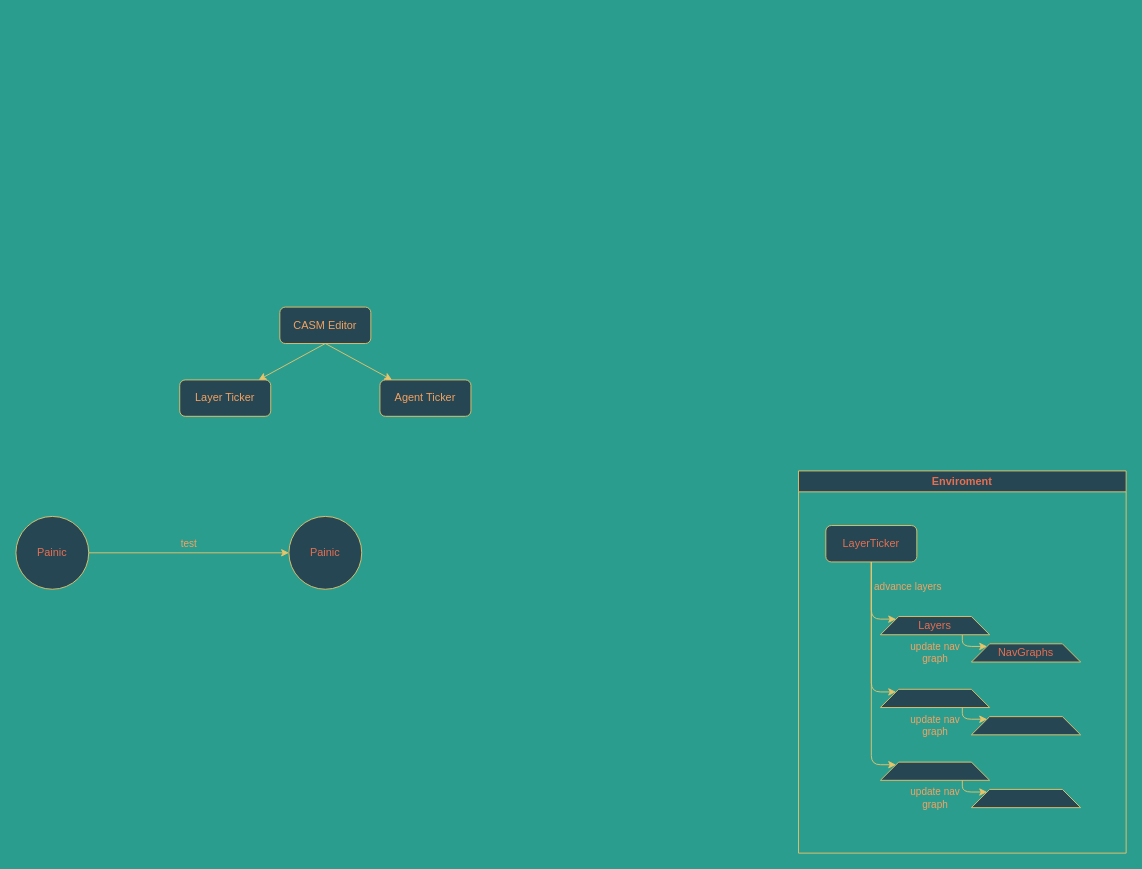
Before: diagrams.drawio in philipandwaffle/CellAgentModeling, a draw.io diagram. Source tidied: cells renumbered, new cells numbered last; positions are measured from the earlier drawing's top-left corner, leaving out a move shared by most shapes. Both pictures are drawn from the tidied source at 91%, with x=0, y=0 at pixel (15, 307).
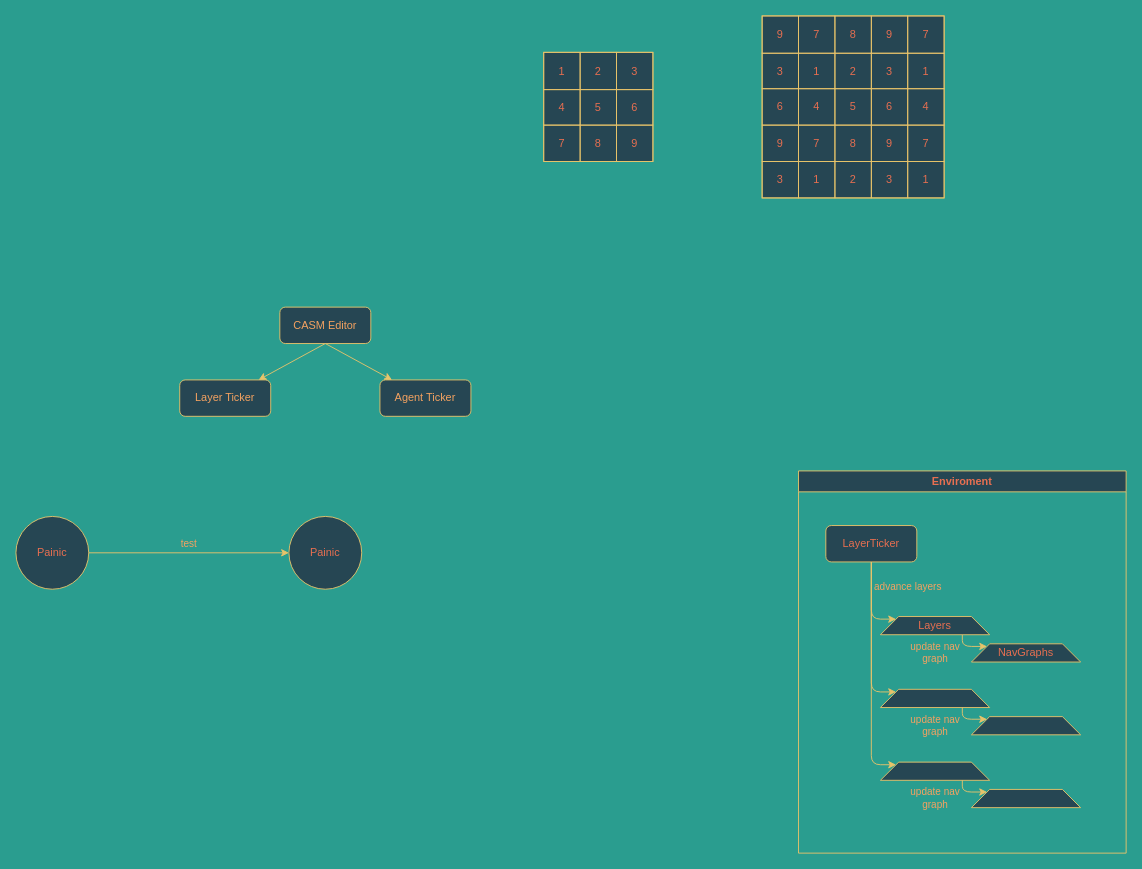
After the change.

What changed in the source:
```diff
@@
+    <mxCell id="24" style="childLayout=tableLayout;shadow=0;fillColor=#264653;strokeColor=#E9C46A;fontColor=#E76F51;" parent="1" vertex="1">
+      <mxGeometry x="580" y="-280" width="120" height="120" as="geometry" />
+    </mxCell>
+    <mxCell id="25" style="shape=tableRow;horizontal=0;startSize=0;swimlaneHead=0;swimlaneBody=0;top=0;left=0;bottom=0;right=0;fontStyle=0;fillColor=none;strokeColor=inherit;" parent="24" vertex="1">
+      <mxGeometry width="120" height="41" as="geometry" />
+    </mxCell>
+    <mxCell id="26" value="1" style="strokeColor=inherit;fillColor=none;align=center;whiteSpace=wrap;html=1;fontColor=#E76F51;" parent="25" vertex="1">
+      <mxGeometry width="40" height="41" as="geometry" />
+    </mxCell>
+    <mxCell id="27" value="2" style="strokeColor=inherit;fillColor=none;align=center;whiteSpace=wrap;html=1;fontColor=#E76F51;" parent="25" vertex="1">
+      <mxGeometry x="40" width="40" height="41" as="geometry" />
+    </mxCell>
+    <mxCell id="28" value="3" style="strokeColor=inherit;fillColor=none;align=center;whiteSpace=wrap;html=1;fontColor=#E76F51;" parent="25" vertex="1">
+      <mxGeometry x="80" width="40" height="41" as="geometry" />
+    </mxCell>
+    <mxCell id="29" style="shape=tableRow;horizontal=0;startSize=0;swimlaneHead=0;swimlaneBody=0;top=0;left=0;bottom=0;right=0;fontStyle=0;fillColor=none;strokeColor=inherit;" parent="24" vertex="1">
+      <mxGeometry y="41" width="120" height="39" as="geometry" />
+    </mxCell>
+    <mxCell id="30" value="4" style="strokeColor=inherit;fillColor=none;align=center;whiteSpace=wrap;html=1;fontColor=#E76F51;" parent="29" vertex="1">
+      <mxGeometry width="40" height="39" as="geometry" />
+    </mxCell>
+    <mxCell id="31" value="5" style="strokeColor=inherit;fillColor=none;align=center;whiteSpace=wrap;html=1;fontColor=#E76F51;labelBackgroundColor=none;" parent="29" vertex="1">
+      <mxGeometry x="40" width="40" height="39" as="geometry" />
+    </mxCell>
+    <mxCell id="32" value="6" style="strokeColor=inherit;fillColor=none;align=center;whiteSpace=wrap;html=1;fontColor=#E76F51;" parent="29" vertex="1">
+      <mxGeometry x="80" width="40" height="39" as="geometry" />
+    </mxCell>
+    <mxCell id="33" style="shape=tableRow;horizontal=0;startSize=0;swimlaneHead=0;swimlaneBody=0;top=0;left=0;bottom=0;right=0;fontStyle=0;fillColor=none;strokeColor=inherit;" parent="24" vertex="1">
+      <mxGeometry y="80" width="120" height="40" as="geometry" />
+    </mxCell>
+    <mxCell id="34" value="7" style="strokeColor=inherit;fillColor=none;align=center;whiteSpace=wrap;html=1;fontColor=#E76F51;" parent="33" vertex="1">
+      <mxGeometry width="40" height="40" as="geometry" />
+    </mxCell>
+    <mxCell id="35" value="8" style="strokeColor=inherit;fillColor=none;align=center;whiteSpace=wrap;html=1;fontColor=#E76F51;" parent="33" vertex="1">
+      <mxGeometry x="40" width="40" height="40" as="geometry" />
+    </mxCell>
+    <mxCell id="36" value="9" style="strokeColor=inherit;fillColor=none;align=center;whiteSpace=wrap;html=1;fontColor=#E76F51;" parent="33" vertex="1">
+      <mxGeometry x="80" width="40" height="40" as="geometry" />
+    </mxCell>
+    <mxCell id="37" style="childLayout=tableLayout;shadow=0;fillColor=#264653;strokeColor=#E9C46A;fontColor=#E76F51;" parent="1" vertex="1">
+      <mxGeometry x="820" y="-320" width="200" height="200" as="geometry" />
+    </mxCell>
+    <mxCell id="38" style="shape=tableRow;horizontal=0;startSize=0;swimlaneHead=0;swimlaneBody=0;top=0;left=0;bottom=0;right=0;fontStyle=0;fillColor=none;strokeColor=inherit;" parent="37" vertex="1">
+      <mxGeometry width="200" height="41" as="geometry" />
+    </mxCell>
+    <mxCell id="39" value="9" style="strokeColor=inherit;fillColor=none;align=center;whiteSpace=wrap;html=1;fontColor=#E76F51;" parent="38" vertex="1">
+      <mxGeometry width="40" height="41" as="geometry" />
+    </mxCell>
+    <mxCell id="40" value="7" style="strokeColor=inherit;fillColor=none;align=center;whiteSpace=wrap;html=1;fontColor=#E76F51;" parent="38" vertex="1">
+      <mxGeometry x="40" width="40" height="41" as="geometry" />
+    </mxCell>
+    <mxCell id="41" value="8" style="strokeColor=inherit;fillColor=none;align=center;whiteSpace=wrap;html=1;fontColor=#E76F51;" parent="38" vertex="1">
+      <mxGeometry x="80" width="40" height="41" as="geometry" />
+    </mxCell>
+    <mxCell id="42" value="9" style="strokeColor=inherit;fillColor=none;align=center;whiteSpace=wrap;html=1;fontColor=#E76F51;" parent="38" vertex="1">
+      <mxGeometry x="120" width="40" height="41" as="geometry" />
+    </mxCell>
+    <mxCell id="43" value="7" style="strokeColor=inherit;fillColor=none;align=center;whiteSpace=wrap;html=1;fontColor=#E76F51;" parent="38" vertex="1">
+      <mxGeometry x="160" width="40" height="41" as="geometry" />
+    </mxCell>
+    <mxCell id="44" style="shape=tableRow;horizontal=0;startSize=0;swimlaneHead=0;swimlaneBody=0;top=0;left=0;bottom=0;right=0;fontStyle=0;fillColor=none;strokeColor=inherit;" parent="37" vertex="1">
+      <mxGeometry y="41" width="200" height="39" as="geometry" />
+    </mxCell>
+    <mxCell id="45" value="3" style="strokeColor=inherit;fillColor=none;align=center;whiteSpace=wrap;html=1;fontColor=#E76F51;" parent="44" vertex="1">
+      <mxGeometry width="40" height="39" as="geometry" />
+    </mxCell>
+    <mxCell id="46" value="1" style="strokeColor=inherit;fillColor=none;align=center;whiteSpace=wrap;html=1;fontColor=#E76F51;labelBackgroundColor=none;" parent="44" vertex="1">
+      <mxGeometry x="40" width="40" height="39" as="geometry" />
+    </mxCell>
+    <mxCell id="47" value="2" style="strokeColor=inherit;fillColor=none;align=center;whiteSpace=wrap;html=1;fontColor=#E76F51;" parent="44" vertex="1">
+      <mxGeometry x="80" width="40" height="39" as="geometry" />
+    </mxCell>
+    <mxCell id="48" value="3" style="strokeColor=inherit;fillColor=none;align=center;whiteSpace=wrap;html=1;fontColor=#E76F51;" parent="44" vertex="1">
+      <mxGeometry x="120" width="40" height="39" as="geometry" />
+    </mxCell>
+    <mxCell id="49" value="1" style="strokeColor=inherit;fillColor=none;align=center;whiteSpace=wrap;html=1;fontColor=#E76F51;" parent="44" vertex="1">
+      <mxGeometry x="160" width="40" height="39" as="geometry" />
+    </mxCell>
+    <mxCell id="50" style="shape=tableRow;horizontal=0;startSize=0;swimlaneHead=0;swimlaneBody=0;top=0;left=0;bottom=0;right=0;fontStyle=0;fillColor=none;strokeColor=inherit;" parent="37" vertex="1">
+      <mxGeometry y="80" width="200" height="40" as="geometry" />
+    </mxCell>
+    <mxCell id="51" value="6" style="strokeColor=inherit;fillColor=none;align=center;whiteSpace=wrap;html=1;fontColor=#E76F51;" parent="50" vertex="1">
+      <mxGeometry width="40" height="40" as="geometry" />
+    </mxCell>
+    <mxCell id="52" value="4" style="strokeColor=inherit;fillColor=none;align=center;whiteSpace=wrap;html=1;fontColor=#E76F51;" parent="50" vertex="1">
+      <mxGeometry x="40" width="40" height="40" as="geometry" />
+    </mxCell>
+    <mxCell id="53" value="5" style="strokeColor=inherit;fillColor=none;align=center;whiteSpace=wrap;html=1;fontColor=#E76F51;" parent="50" vertex="1">
+      <mxGeometry x="80" width="40" height="40" as="geometry" />
+    </mxCell>
+    <mxCell id="54" value="6" style="strokeColor=inherit;fillColor=none;align=center;whiteSpace=wrap;html=1;fontColor=#E76F51;" parent="50" vertex="1">
+      <mxGeometry x="120" width="40" height="40" as="geometry" />
+    </mxCell>
+    <mxCell id="55" value="4" style="strokeColor=inherit;fillColor=none;align=center;whiteSpace=wrap;html=1;fontColor=#E76F51;" parent="50" vertex="1">
+      <mxGeometry x="160" width="40" height="40" as="geometry" />
+    </mxCell>
+    <mxCell id="56" style="shape=tableRow;horizontal=0;startSize=0;swimlaneHead=0;swimlaneBody=0;top=0;left=0;bottom=0;right=0;fontStyle=0;fillColor=none;strokeColor=inherit;" parent="37" vertex="1">
+      <mxGeometry y="120" width="200" height="40" as="geometry" />
+    </mxCell>
+    <mxCell id="57" value="9" style="strokeColor=inherit;fillColor=none;align=center;whiteSpace=wrap;html=1;fontColor=#E76F51;" parent="56" vertex="1">
+      <mxGeometry width="40" height="40" as="geometry" />
+    </mxCell>
+    <mxCell id="58" value="7" style="strokeColor=inherit;fillColor=none;align=center;whiteSpace=wrap;html=1;fontColor=#E76F51;" parent="56" vertex="1">
+      <mxGeometry x="40" width="40" height="40" as="geometry" />
+    </mxCell>
+    <mxCell id="59" value="8" style="strokeColor=inherit;fillColor=none;align=center;whiteSpace=wrap;html=1;fontColor=#E76F51;" parent="56" vertex="1">
+      <mxGeometry x="80" width="40" height="40" as="geometry" />
+    </mxCell>
+    <mxCell id="60" value="9" style="strokeColor=inherit;fillColor=none;align=center;whiteSpace=wrap;html=1;fontColor=#E76F51;" parent="56" vertex="1">
+      <mxGeometry x="120" width="40" height="40" as="geometry" />
+    </mxCell>
+    <mxCell id="61" value="7" style="strokeColor=inherit;fillColor=none;align=center;whiteSpace=wrap;html=1;fontColor=#E76F51;" parent="56" vertex="1">
+      <mxGeometry x="160" width="40" height="40" as="geometry" />
+    </mxCell>
+    <mxCell id="62" style="shape=tableRow;horizontal=0;startSize=0;swimlaneHead=0;swimlaneBody=0;top=0;left=0;bottom=0;right=0;fontStyle=0;fillColor=none;strokeColor=inherit;" parent="37" vertex="1">
+      <mxGeometry y="160" width="200" height="40" as="geometry" />
+    </mxCell>
+    <mxCell id="63" value="3" style="strokeColor=inherit;fillColor=none;align=center;whiteSpace=wrap;html=1;fontColor=#E76F51;" parent="62" vertex="1">
+      <mxGeometry width="40" height="40" as="geometry" />
+    </mxCell>
+    <mxCell id="64" value="1" style="strokeColor=inherit;fillColor=none;align=center;whiteSpace=wrap;html=1;fontColor=#E76F51;" parent="62" vertex="1">
+      <mxGeometry x="40" width="40" height="40" as="geometry" />
+    </mxCell>
+    <mxCell id="65" value="2" style="strokeColor=inherit;fillColor=none;align=center;whiteSpace=wrap;html=1;fontColor=#E76F51;" parent="62" vertex="1">
+      <mxGeometry x="80" width="40" height="40" as="geometry" />
+    </mxCell>
+    <mxCell id="66" value="3" style="strokeColor=inherit;fillColor=none;align=center;whiteSpace=wrap;html=1;fontColor=#E76F51;" parent="62" vertex="1">
+      <mxGeometry x="120" width="40" height="40" as="geometry" />
+    </mxCell>
+    <mxCell id="67" value="1" style="strokeColor=inherit;fillColor=none;align=center;whiteSpace=wrap;html=1;fontColor=#E76F51;" parent="62" vertex="1">
+      <mxGeometry x="160" width="40" height="40" as="geometry" />
+    </mxCell>
```
